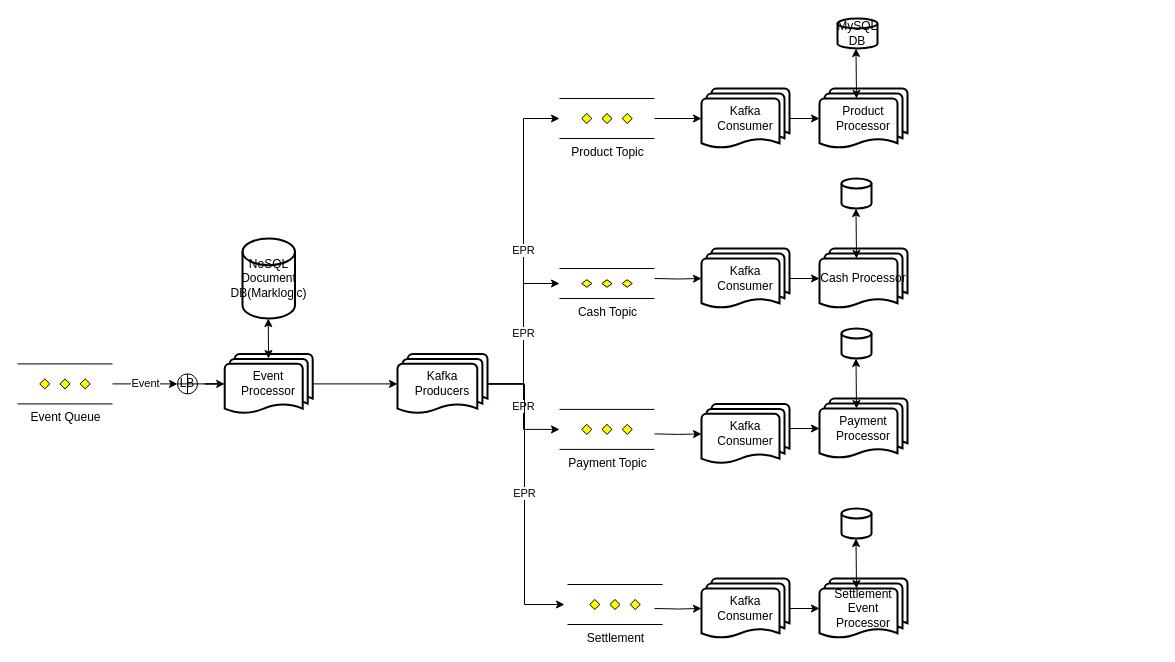
tripathiparitosh/mytestproj keeps this draw.io diagram as page "Page-1" (1 of 2) of Untitled Diagram.drawio. Above is the earlier version. Source tidied: cells renumbered, new cells numbered last; positions are measured from the earlier drawing's top-left corner, leaving out a move shared by most shapes. Both pictures are drawn from the tidied source at 100%, with x=0, y=0 at pixel (17, 18).
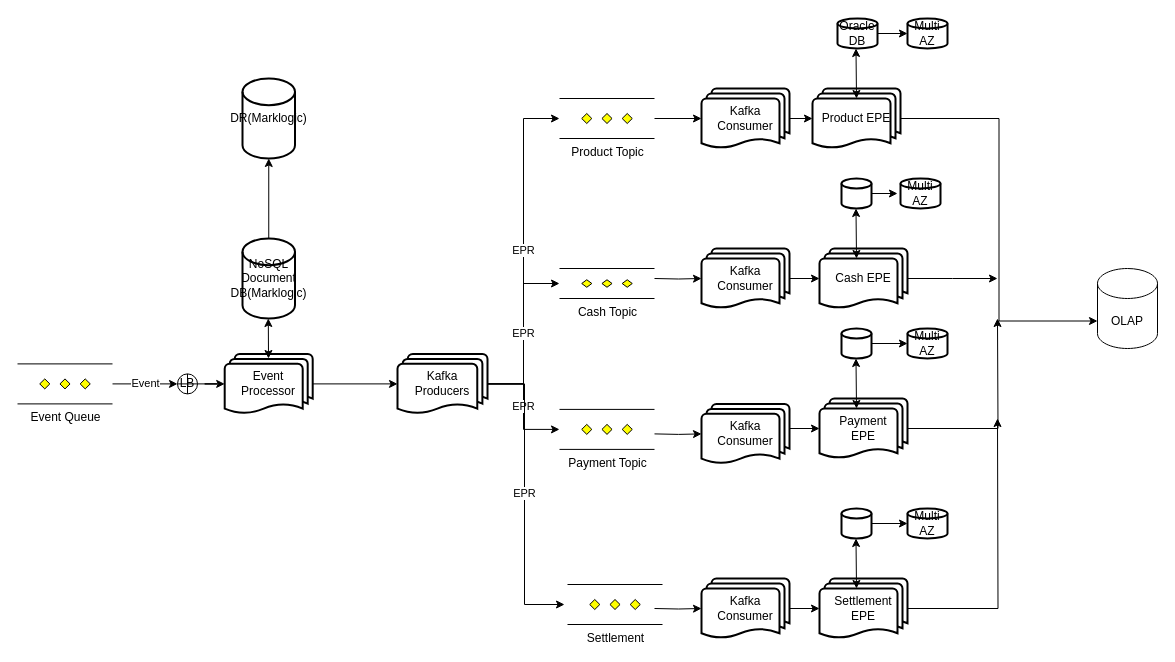
The same page after the edit.

The change refers to these unchanged cells:
```xml
<mxCell id="4" value="NoSQL Document DB(Marklogic)" style="strokeWidth=2;html=1;shape=mxgraph.flowchart.database;whiteSpace=wrap;" parent="1" vertex="1">
  <mxGeometry x="225" y="220" width="52.5" height="80" as="geometry" />
</mxCell>
<mxCell id="24" style="strokeWidth=2;html=1;shape=mxgraph.flowchart.database;whiteSpace=wrap;" parent="1" vertex="1">
  <mxGeometry x="824" y="160" width="30" height="30" as="geometry" />
</mxCell>
<mxCell id="28" style="strokeWidth=2;html=1;shape=mxgraph.flowchart.database;whiteSpace=wrap;" parent="1" vertex="1">
  <mxGeometry x="824" y="310" width="30" height="30" as="geometry" />
</mxCell>
<mxCell id="32" style="strokeWidth=2;html=1;shape=mxgraph.flowchart.database;whiteSpace=wrap;" parent="1" vertex="1">
  <mxGeometry x="824" y="490" width="30" height="30" as="geometry" />
</mxCell>
```

Change to the diagram source:
```diff
@@
+    <mxCell id="43" style="edgeStyle=orthogonalEdgeStyle;rounded=0;jettySize=auto;html=1;" parent="1" edge="1" source="4" target="57">
+      <mxGeometry relative="1" as="geometry" />
+    </mxCell>
@@
+    <mxCell id="44" style="edgeStyle=orthogonalEdgeStyle;rounded=0;jettySize=auto;html=1;exitX=1;exitY=0.5;exitDx=0;exitDy=0;exitPerimeter=0;entryX=0;entryY=0.5;entryDx=0;entryDy=0;entryPerimeter=0;" parent="1" edge="1" source="15" target="52">
+      <mxGeometry relative="1" as="geometry" />
+    </mxCell>
-    <mxCell id="15" value="MySQL DB" style="strokeWidth=2;html=1;shape=mxgraph.flowchart.database;whiteSpace=wrap;" parent="1" vertex="1">
+    <mxCell id="15" value="Oracle DB" style="strokeWidth=2;html=1;shape=mxgraph.flowchart.database;whiteSpace=wrap;" parent="1" vertex="1">
       <mxGeometry x="820" width="40" height="30" as="geometry" />
     </mxCell>
@@
+    <mxCell id="45" style="edgeStyle=orthogonalEdgeStyle;rounded=0;jettySize=auto;html=1;entryX=0;entryY=0;entryDx=0;entryDy=52.5;entryPerimeter=0;" parent="1" edge="1" source="20" target="53">
+      <mxGeometry relative="1" as="geometry" />
+    </mxCell>
-    <mxCell id="20" value="Product Processor" style="strokeWidth=2;html=1;shape=mxgraph.flowchart.multi-document;whiteSpace=wrap;" parent="1" vertex="1">
-      <mxGeometry x="802" y="70" width="88" height="60" as="geometry" />
+    <mxCell id="20" value="Product EPE" style="strokeWidth=2;html=1;shape=mxgraph.flowchart.multi-document;whiteSpace=wrap;" parent="1" vertex="1">
+      <mxGeometry x="795" y="70" width="88" height="60" as="geometry" />
     </mxCell>
@@
+    <mxCell id="46" style="edgeStyle=orthogonalEdgeStyle;rounded=0;jettySize=auto;html=1;exitX=1;exitY=0.5;exitDx=0;exitDy=0;exitPerimeter=0;" parent="1" edge="1" source="24">
+      <mxGeometry relative="1" as="geometry">
+        <mxPoint x="880" y="175" as="targetPoint" />
+      </mxGeometry>
+    </mxCell>
@@
+    <mxCell id="47" style="edgeStyle=orthogonalEdgeStyle;rounded=0;jettySize=auto;html=1;" parent="1" edge="1" source="25">
+      <mxGeometry relative="1" as="geometry">
+        <mxPoint x="980" y="260" as="targetPoint" />
+      </mxGeometry>
+    </mxCell>
-    <mxCell id="25" value="Cash Processor" style="strokeWidth=2;html=1;shape=mxgraph.flowchart.multi-document;whiteSpace=wrap;" parent="1" vertex="1">
+    <mxCell id="25" value="Cash EPE" style="strokeWidth=2;html=1;shape=mxgraph.flowchart.multi-document;whiteSpace=wrap;" parent="1" vertex="1">
       <mxGeometry x="802" y="230" width="88" height="60" as="geometry" />
     </mxCell>
@@
+    <mxCell id="48" style="edgeStyle=orthogonalEdgeStyle;rounded=0;jettySize=auto;html=1;entryX=0;entryY=0.5;entryDx=0;entryDy=0;entryPerimeter=0;" parent="1" edge="1" source="28" target="55">
+      <mxGeometry relative="1" as="geometry" />
+    </mxCell>
@@
+    <mxCell id="49" style="edgeStyle=orthogonalEdgeStyle;rounded=0;jettySize=auto;html=1;" parent="1" edge="1" source="29">
+      <mxGeometry relative="1" as="geometry">
+        <mxPoint x="980" y="300" as="targetPoint" />
+      </mxGeometry>
+    </mxCell>
-    <mxCell id="29" value="Payment Processor" style="strokeWidth=2;html=1;shape=mxgraph.flowchart.multi-document;whiteSpace=wrap;" parent="1" vertex="1">
+    <mxCell id="29" value="Payment&lt;br&gt;EPE" style="strokeWidth=2;html=1;shape=mxgraph.flowchart.multi-document;whiteSpace=wrap;" parent="1" vertex="1">
       <mxGeometry x="802" y="380" width="88" height="60" as="geometry" />
     </mxCell>
@@
+    <mxCell id="50" style="edgeStyle=orthogonalEdgeStyle;rounded=0;jettySize=auto;html=1;entryX=0;entryY=0.5;entryDx=0;entryDy=0;entryPerimeter=0;" parent="1" edge="1" source="32" target="56">
+      <mxGeometry relative="1" as="geometry" />
+    </mxCell>
@@
+    <mxCell id="51" style="edgeStyle=orthogonalEdgeStyle;rounded=0;jettySize=auto;html=1;" parent="1" edge="1" source="33">
+      <mxGeometry relative="1" as="geometry">
+        <mxPoint x="980" y="400" as="targetPoint" />
+      </mxGeometry>
+    </mxCell>
-    <mxCell id="33" value="Settlement Event Processor" style="strokeWidth=2;html=1;shape=mxgraph.flowchart.multi-document;whiteSpace=wrap;" parent="1" vertex="1">
+    <mxCell id="33" value="Settlement&lt;br&gt;EPE" style="strokeWidth=2;html=1;shape=mxgraph.flowchart.multi-document;whiteSpace=wrap;" parent="1" vertex="1">
       <mxGeometry x="802" y="560" width="88" height="60" as="geometry" />
     </mxCell>
@@
+    <mxCell id="52" value="Multi AZ" style="strokeWidth=2;html=1;shape=mxgraph.flowchart.database;whiteSpace=wrap;" parent="1" vertex="1">
+      <mxGeometry x="890" width="40" height="30" as="geometry" />
+    </mxCell>
+    <mxCell id="53" value="OLAP" style="shape=cylinder3;whiteSpace=wrap;html=1;boundedLbl=1;backgroundOutline=1;size=15;" parent="1" vertex="1">
+      <mxGeometry x="1080" y="250" width="60" height="80" as="geometry" />
+    </mxCell>
+    <mxCell id="54" value="Multi AZ" style="strokeWidth=2;html=1;shape=mxgraph.flowchart.database;whiteSpace=wrap;" parent="1" vertex="1">
+      <mxGeometry x="883" y="160" width="40" height="30" as="geometry" />
+    </mxCell>
+    <mxCell id="55" value="Multi AZ" style="strokeWidth=2;html=1;shape=mxgraph.flowchart.database;whiteSpace=wrap;" parent="1" vertex="1">
+      <mxGeometry x="890" y="310" width="40" height="30" as="geometry" />
+    </mxCell>
+    <mxCell id="56" value="Multi AZ" style="strokeWidth=2;html=1;shape=mxgraph.flowchart.database;whiteSpace=wrap;" parent="1" vertex="1">
+      <mxGeometry x="890" y="490" width="40" height="30" as="geometry" />
+    </mxCell>
+    <mxCell id="57" value="DR(Marklogic)" style="strokeWidth=2;html=1;shape=mxgraph.flowchart.database;whiteSpace=wrap;" parent="1" vertex="1">
+      <mxGeometry x="225" y="60" width="52.5" height="80" as="geometry" />
+    </mxCell>
```
